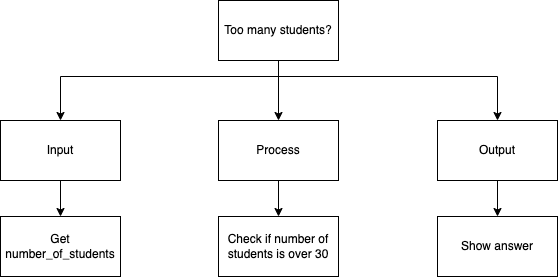
The draw.io diagram docs/structured-problem-solving/images/top-down-if-then.png in Mr-Coxall/Computer-Based-Problem-Solving, before a commit. Source tidied: cells renumbered, new cells last; positions are measured from the earlier drawing's top-left corner, leaving out a move shared by most shapes.
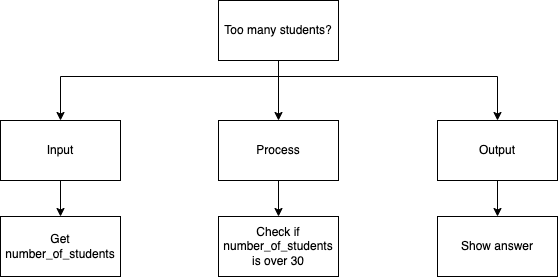
After the change.

The edit, as a diff of the source:
```diff
@@ -45,7 +45,7 @@
     <mxCell id="12" value="Get number_of_students" style="rounded=0;whiteSpace=wrap;html=1;" parent="1" vertex="1">
       <mxGeometry y="216" width="120" height="60" as="geometry" />
     </mxCell>
-    <mxCell id="13" value="Check if number of students is over 30" style="rounded=0;whiteSpace=wrap;html=1;" parent="1" vertex="1">
+    <mxCell id="13" value="Check if number_of_students is over 30" style="rounded=0;whiteSpace=wrap;html=1;" parent="1" vertex="1">
       <mxGeometry x="218" y="216" width="120" height="60" as="geometry" />
     </mxCell>
     <mxCell id="14" value="Show answer" style="rounded=0;whiteSpace=wrap;html=1;" parent="1" vertex="1">
```
